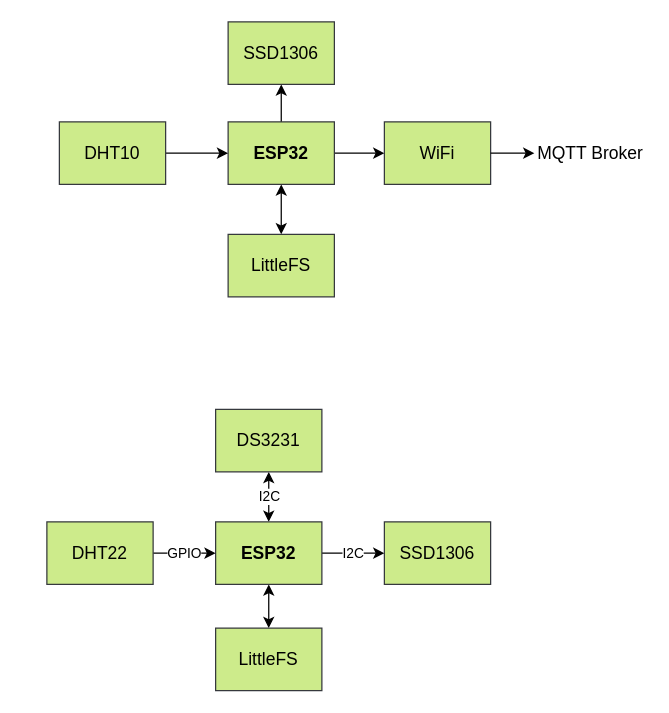
Above: page "hardware-design" (1 of 4) of weather-station.drawio in rosmianto/project-weather-station (draw.io), before the change. Source tidied: cells renumbered, new cells numbered last; positions are measured from the earlier drawing's top-left corner, leaving out a move shared by most shapes. Both pictures are drawn from the tidied source at 125%, with x=0, y=0 at pixel (46, 21).
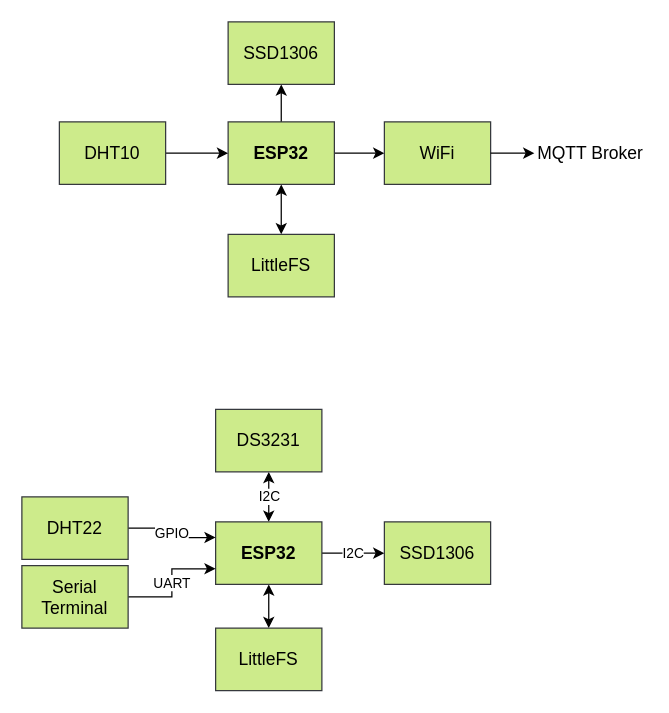
After the change.

The change refers to these unchanged cells:
```xml
<mxCell id="16" value="ESP32" style="rounded=0;whiteSpace=wrap;html=1;fillColor=#cdeb8b;strokeColor=#36393d;fontStyle=1;fontSize=14;" parent="1" vertex="1">
  <mxGeometry x="135" y="400" width="85" height="50" as="geometry" />
</mxCell>
```

The edit, as a diff of the source:
```diff
@@
-    <mxCell id="17" value="GPIO" style="edgeStyle=orthogonalEdgeStyle;rounded=0;jettySize=auto;html=1;entryX=0;entryY=0.5;entryDx=0;entryDy=0;" parent="1" edge="1" source="18" target="16">
+    <mxCell id="17" value="GPIO" style="edgeStyle=orthogonalEdgeStyle;rounded=0;jettySize=auto;html=1;entryX=0;entryY=0.25;entryDx=0;entryDy=0;" parent="1" edge="1" source="18" target="16">
       <mxGeometry relative="1" as="geometry" />
     </mxCell>
     <mxCell id="18" value="DHT22" style="rounded=0;whiteSpace=wrap;html=1;fillColor=#cdeb8b;strokeColor=#36393d;fontStyle=0;fontSize=14;" parent="1" vertex="1">
-      <mxGeometry y="400" width="85" height="50" as="geometry" />
+      <mxGeometry x="-20" y="380" width="85" height="50" as="geometry" />
     </mxCell>
@@
+    <mxCell id="22" value="UART" style="edgeStyle=orthogonalEdgeStyle;rounded=0;jettySize=auto;html=1;entryX=0;entryY=0.75;entryDx=0;entryDy=0;" parent="1" edge="1" source="23" target="16">
+      <mxGeometry relative="1" as="geometry" />
+    </mxCell>
+    <mxCell id="23" value="Serial Terminal" style="rounded=0;whiteSpace=wrap;html=1;fillColor=#cdeb8b;strokeColor=#36393d;fontStyle=0;fontSize=14;" parent="1" vertex="1">
+      <mxGeometry x="-20" y="435" width="85" height="50" as="geometry" />
+    </mxCell>
```
